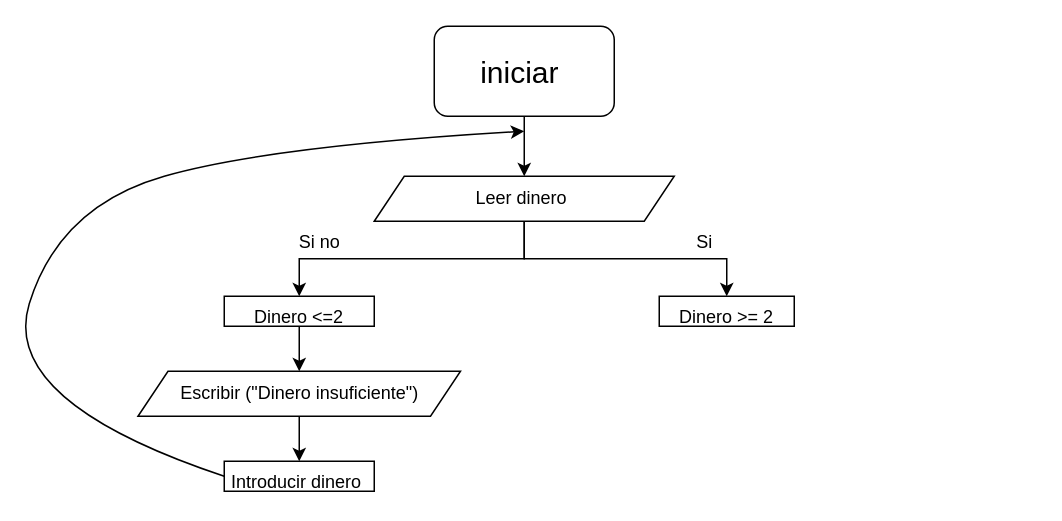
rreynarive/Templates keeps this draw.io diagram as 1.2 DIAGRAMA.drawio. Above is the earlier version. Source tidied: cells renumbered, new cells numbered last; positions are measured from the earlier drawing's top-left corner, leaving out a move shared by most shapes. Both pictures are drawn from the tidied source at 150%, with x=0, y=0 at pixel (-2, 26).
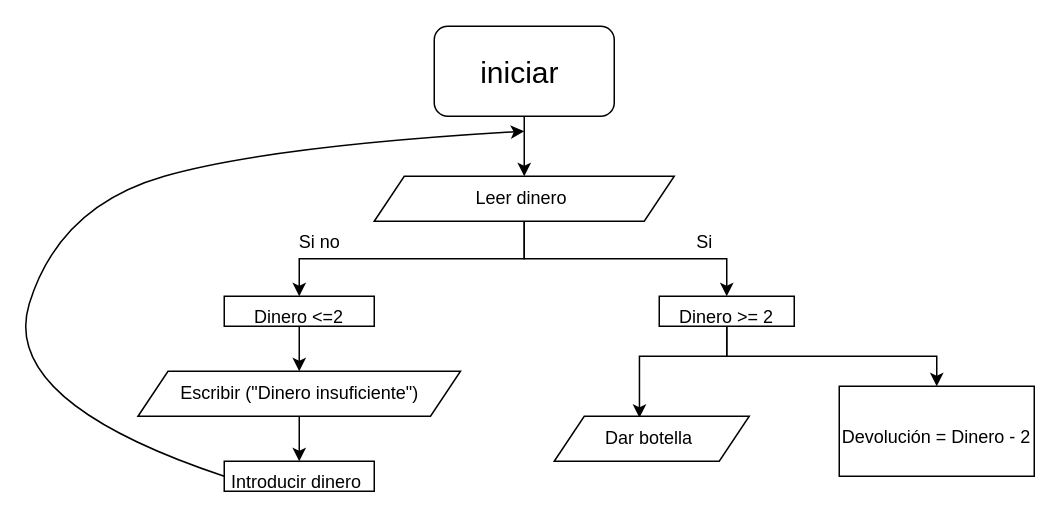
After the change.

The change refers to these unchanged cells:
```xml
<mxCell id="7" value="&lt;font style=&quot;font-size: 12px;&quot;&gt;Dinero &amp;gt;= 2&lt;/font&gt;" style="rounded=0;whiteSpace=wrap;html=1;fontSize=20;" parent="1" vertex="1">
  <mxGeometry x="440" y="180" width="90" height="20" as="geometry" />
</mxCell>
```

Diff of the diagram source:
```diff
@@
+    <mxCell id="16" style="edgeStyle=orthogonalEdgeStyle;rounded=0;jettySize=auto;html=1;exitX=0.5;exitY=1;exitDx=0;exitDy=0;entryX=0.437;entryY=0.033;entryDx=0;entryDy=0;entryPerimeter=0;" parent="1" edge="1" source="7" target="18">
+      <mxGeometry relative="1" as="geometry">
+        <Array as="points">
+          <mxPoint x="485" y="220" />
+          <mxPoint x="427" y="220" />
+        </Array>
+      </mxGeometry>
+    </mxCell>
+    <mxCell id="17" style="edgeStyle=orthogonalEdgeStyle;rounded=0;jettySize=auto;html=1;exitX=0.5;exitY=1;exitDx=0;exitDy=0;entryX=0.5;entryY=0;entryDx=0;entryDy=0;" parent="1" edge="1" source="7" target="19">
+      <mxGeometry relative="1" as="geometry" />
+    </mxCell>
@@
+    <mxCell id="18" value="Dar botella&amp;nbsp;" style="shape=parallelogram;perimeter=parallelogramPerimeter;whiteSpace=wrap;html=1;fixedSize=1;fontSize=12;" parent="1" vertex="1">
+      <mxGeometry x="370" y="260" width="130" height="30" as="geometry" />
+    </mxCell>
+    <mxCell id="19" value="&lt;span style=&quot;font-size: 12px;&quot;&gt;Devolución = Dinero - 2&lt;/span&gt;" style="rounded=0;whiteSpace=wrap;html=1;fontSize=20;" parent="1" vertex="1">
+      <mxGeometry x="560" y="240" width="130" height="60" as="geometry" />
+    </mxCell>
```
